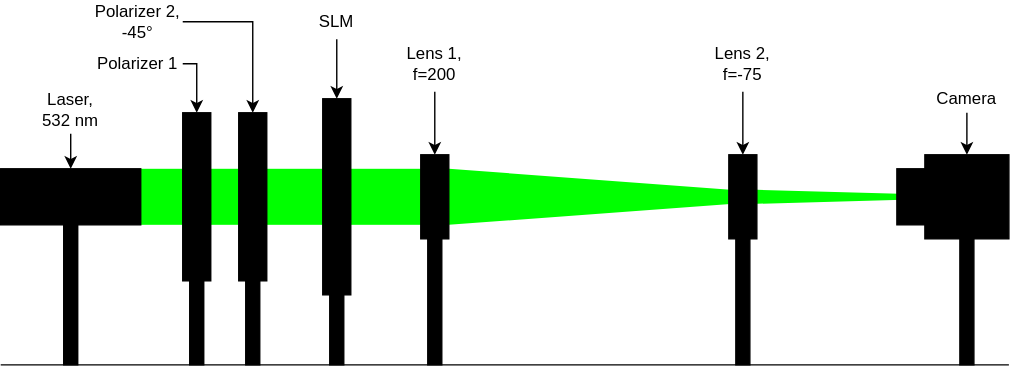
Above: documentation/images/setup.svg in nbaehler/mask-designer (draw.io), before the change. Source tidied: cells renumbered, new cells last; positions are measured from the earlier drawing's top-left corner, leaving out a move shared by most shapes.
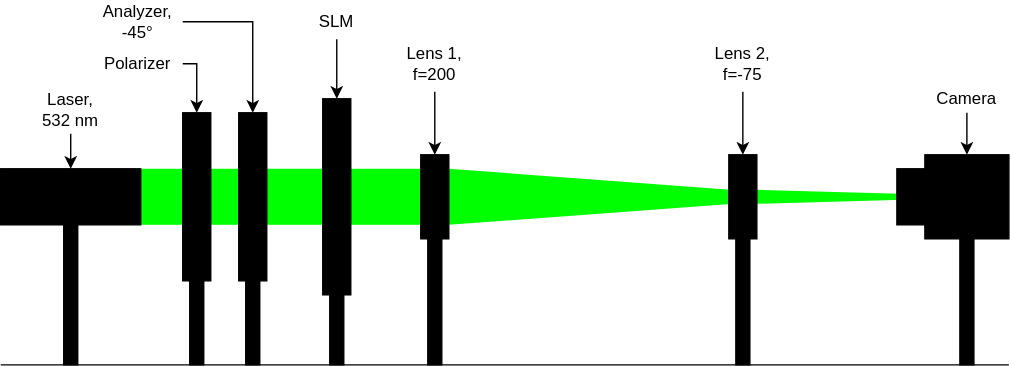
Above is the later version.

What changed in the source:
```diff
@@ -47,7 +47,7 @@
     <mxCell id="15" style="edgeStyle=orthogonalEdgeStyle;rounded=0;jettySize=auto;html=1;exitX=1;exitY=0.5;exitDx=0;exitDy=0;entryX=0.5;entryY=0;entryDx=0;entryDy=0;" parent="1" edge="1" source="16" target="27">
       <mxGeometry relative="1" as="geometry" />
     </mxCell>
-    <mxCell id="16" value="Polarizer 1" style="text;html=1;strokeColor=none;fillColor=none;align=center;verticalAlign=middle;whiteSpace=wrap;rounded=0;" parent="1" vertex="1">
+    <mxCell id="16" value="Polarizer" style="text;html=1;strokeColor=none;fillColor=none;align=center;verticalAlign=middle;whiteSpace=wrap;rounded=0;" parent="1" vertex="1">
       <mxGeometry x="66" y="30" width="64" height="30" as="geometry" />
     </mxCell>
     <mxCell id="17" style="edgeStyle=orthogonalEdgeStyle;rounded=0;jettySize=auto;html=1;exitX=0.5;exitY=1;exitDx=0;exitDy=0;entryX=0.5;entryY=0;entryDx=0;entryDy=0;" parent="1" edge="1" source="18" target="32">
@@ -71,7 +71,7 @@
     <mxCell id="23" value="&lt;div&gt;Lens 1,&lt;/div&gt;&lt;div&gt;f=200&lt;br&gt;&lt;/div&gt;" style="text;html=1;strokeColor=none;fillColor=none;align=center;verticalAlign=middle;whiteSpace=wrap;rounded=0;" parent="1" vertex="1">
       <mxGeometry x="280" y="25" width="60" height="40" as="geometry" />
     </mxCell>
-    <mxCell id="24" value="Polarizer 2,&lt;br&gt;-45°" style="text;html=1;strokeColor=none;fillColor=none;align=center;verticalAlign=middle;whiteSpace=wrap;rounded=0;" parent="1" vertex="1">
+    <mxCell id="24" value="Analyzer,&lt;br&gt;-45°" style="text;html=1;strokeColor=none;fillColor=none;align=center;verticalAlign=middle;whiteSpace=wrap;rounded=0;" parent="1" vertex="1">
       <mxGeometry x="66" width="64" height="30" as="geometry" />
     </mxCell>
     <mxCell id="25" style="edgeStyle=orthogonalEdgeStyle;rounded=0;jettySize=auto;html=1;exitX=0.5;exitY=1;exitDx=0;exitDy=0;entryX=0.5;entryY=0;entryDx=0;entryDy=0;" parent="1" edge="1" source="26" target="35">
```
